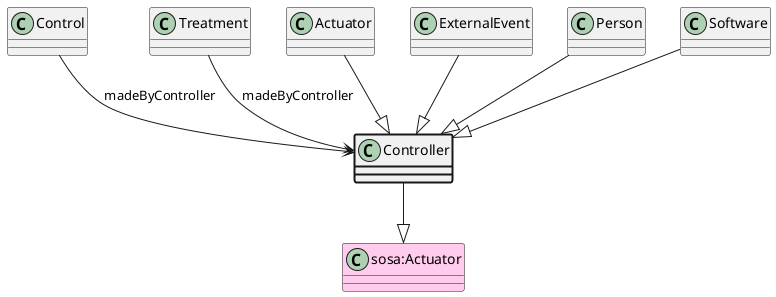
aus-plant-phenomics-network/appn-schema keeps this PlantUML diagram as ttl_uml/ttl_appn_Controller.png. Above is the earlier version.
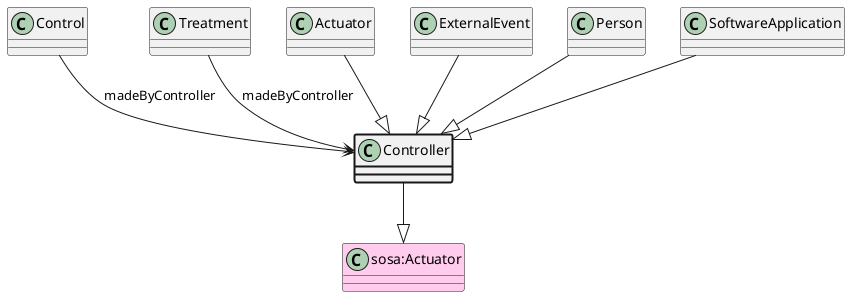
The same diagram one commit later.

What changed in the source:
```diff
@@ -12,6 +12,6 @@
 ExternalEvent --|> Controller
 class Person
 Person --|> Controller
-class Software
-Software --|> Controller
+class SoftwareApplication
+SoftwareApplication --|> Controller
 @enduml
```
